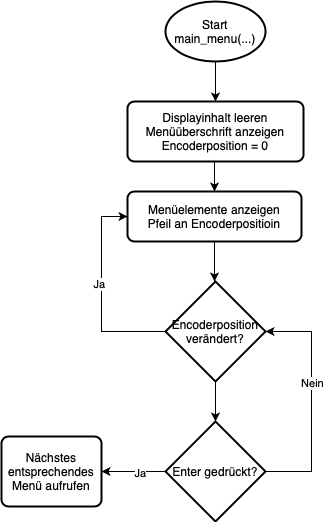
Felix7635/BA-Dokumentation keeps this draw.io diagram as images/Menue.png. Above is the earlier version. Source tidied: cells renumbered, new cells last; positions are measured from the earlier drawing's top-left corner, leaving out a move shared by most shapes. The source it was exported from:
```xml
<mxGraphModel>
  <root>
    <mxCell id="0" />
    <mxCell id="1" parent="0" />
    <mxCell id="2" style="edgeStyle=orthogonalEdgeStyle;rounded=0;jettySize=auto;html=1;exitX=0.5;exitY=1;exitDx=0;exitDy=0;exitPerimeter=0;entryX=0.5;entryY=0;entryDx=0;entryDy=0;" parent="1" edge="1" source="3" target="5">
      <mxGeometry relative="1" as="geometry" />
    </mxCell>
    <mxCell id="3" value="Start&lt;br&gt;main_menu(...)" style="strokeWidth=2;html=1;shape=mxgraph.flowchart.start_1;whiteSpace=wrap;" parent="1" vertex="1">
      <mxGeometry x="164" width="100" height="60" as="geometry" />
    </mxCell>
    <mxCell id="4" style="edgeStyle=orthogonalEdgeStyle;rounded=0;jettySize=auto;html=1;exitX=0.5;exitY=1;exitDx=0;exitDy=0;entryX=0.5;entryY=0;entryDx=0;entryDy=0;" parent="1" edge="1" source="5" target="16">
      <mxGeometry relative="1" as="geometry" />
    </mxCell>
    <mxCell id="5" value="Displayinhalt leeren&lt;br&gt;Menüüberschrift anzeigen&lt;br&gt;Encoderposition = 0&lt;br&gt;" style="rounded=1;whiteSpace=wrap;html=1;absoluteArcSize=1;arcSize=14;strokeWidth=2;" parent="1" vertex="1">
      <mxGeometry x="126" y="100" width="176" height="60" as="geometry" />
    </mxCell>
    <mxCell id="6" style="edgeStyle=orthogonalEdgeStyle;rounded=0;jettySize=auto;html=1;exitX=0;exitY=0.5;exitDx=0;exitDy=0;exitPerimeter=0;entryX=0;entryY=0.5;entryDx=0;entryDy=0;" parent="1" edge="1" source="9" target="16">
      <mxGeometry relative="1" as="geometry">
        <Array as="points">
          <mxPoint x="100" y="330" />
          <mxPoint x="100" y="215" />
        </Array>
      </mxGeometry>
    </mxCell>
    <mxCell id="7" value="Ja" style="edgeLabel;html=1;align=center;verticalAlign=middle;" parent="6" vertex="1">
      <mxGeometry x="0.09" y="3" relative="1" as="geometry" />
    </mxCell>
    <mxCell id="8" style="edgeStyle=orthogonalEdgeStyle;rounded=0;jettySize=auto;html=1;exitX=0.5;exitY=1;exitDx=0;exitDy=0;exitPerimeter=0;entryX=0.5;entryY=0;entryDx=0;entryDy=0;entryPerimeter=0;" parent="1" edge="1" source="9" target="14">
      <mxGeometry relative="1" as="geometry" />
    </mxCell>
    <mxCell id="9" value="Encoderposition&lt;br&gt;verändert?" style="strokeWidth=2;html=1;shape=mxgraph.flowchart.decision;whiteSpace=wrap;" parent="1" vertex="1">
      <mxGeometry x="164" y="280" width="100" height="100" as="geometry" />
    </mxCell>
    <mxCell id="10" style="edgeStyle=orthogonalEdgeStyle;rounded=0;jettySize=auto;html=1;exitX=1;exitY=0.5;exitDx=0;exitDy=0;exitPerimeter=0;entryX=1;entryY=0.5;entryDx=0;entryDy=0;entryPerimeter=0;" parent="1" edge="1" source="14" target="9">
      <mxGeometry relative="1" as="geometry">
        <Array as="points">
          <mxPoint x="310" y="470" />
          <mxPoint x="310" y="330" />
        </Array>
      </mxGeometry>
    </mxCell>
    <mxCell id="11" value="Nein" style="edgeLabel;html=1;align=center;verticalAlign=middle;" parent="10" vertex="1">
      <mxGeometry x="0.16" relative="1" as="geometry" />
    </mxCell>
    <mxCell id="12" style="edgeStyle=orthogonalEdgeStyle;rounded=0;jettySize=auto;html=1;exitX=0;exitY=0.5;exitDx=0;exitDy=0;exitPerimeter=0;entryX=1;entryY=0.5;entryDx=0;entryDy=0;" parent="1" edge="1" source="14" target="17">
      <mxGeometry relative="1" as="geometry" />
    </mxCell>
    <mxCell id="13" value="Ja" style="edgeLabel;html=1;align=center;verticalAlign=middle;" parent="12" vertex="1">
      <mxGeometry x="-0.19" y="1" relative="1" as="geometry" />
    </mxCell>
    <mxCell id="14" value="Enter gedrückt?" style="strokeWidth=2;html=1;shape=mxgraph.flowchart.decision;whiteSpace=wrap;" parent="1" vertex="1">
      <mxGeometry x="164" y="420" width="100" height="100" as="geometry" />
    </mxCell>
    <mxCell id="15" style="edgeStyle=orthogonalEdgeStyle;rounded=0;jettySize=auto;html=1;exitX=0.5;exitY=1;exitDx=0;exitDy=0;" parent="1" edge="1" source="16">
      <mxGeometry relative="1" as="geometry">
        <mxPoint x="213" y="280" as="targetPoint" />
      </mxGeometry>
    </mxCell>
    <mxCell id="16" value="Menüelemente anzeigen&lt;br&gt;Pfeil an Encoderpositioin" style="rounded=1;whiteSpace=wrap;html=1;absoluteArcSize=1;arcSize=14;strokeWidth=2;" parent="1" vertex="1">
      <mxGeometry x="126" y="190" width="174" height="50" as="geometry" />
    </mxCell>
    <mxCell id="17" value="Nächstes entsprechendes Menü aufrufen" style="rounded=1;whiteSpace=wrap;html=1;absoluteArcSize=1;arcSize=14;strokeWidth=2;" parent="1" vertex="1">
      <mxGeometry y="435" width="100" height="70" as="geometry" />
    </mxCell>
  </root>
</mxGraphModel>
```
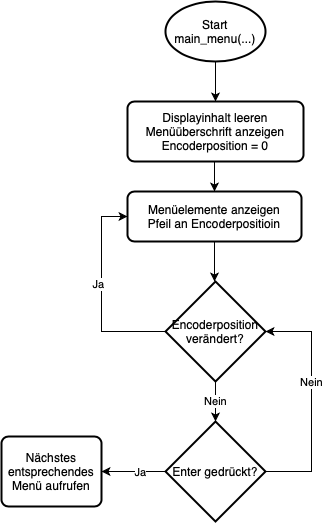
Above is the later version.

Commit message:
Fehlende Bedingung ergänzt

What changed in the source:
```diff
@@ -28,6 +28,11 @@
     <mxCell id="8" style="edgeStyle=orthogonalEdgeStyle;rounded=0;jettySize=auto;html=1;exitX=0.5;exitY=1;exitDx=0;exitDy=0;exitPerimeter=0;entryX=0.5;entryY=0;entryDx=0;entryDy=0;entryPerimeter=0;" parent="1" edge="1" source="9" target="14">
       <mxGeometry relative="1" as="geometry" />
     </mxCell>
+    <mxCell id="18" value="Nein" style="edgeLabel;html=1;align=center;verticalAlign=middle;" parent="8" vertex="1">
+      <mxGeometry x="-0.5" y="-3" relative="1" as="geometry">
+        <mxPoint x="3" y="10" as="offset" />
+      </mxGeometry>
+    </mxCell>
     <mxCell id="9" value="Encoderposition&lt;br&gt;verändert?" style="strokeWidth=2;html=1;shape=mxgraph.flowchart.decision;whiteSpace=wrap;" parent="1" vertex="1">
       <mxGeometry x="164" y="280" width="100" height="100" as="geometry" />
     </mxCell>
```
